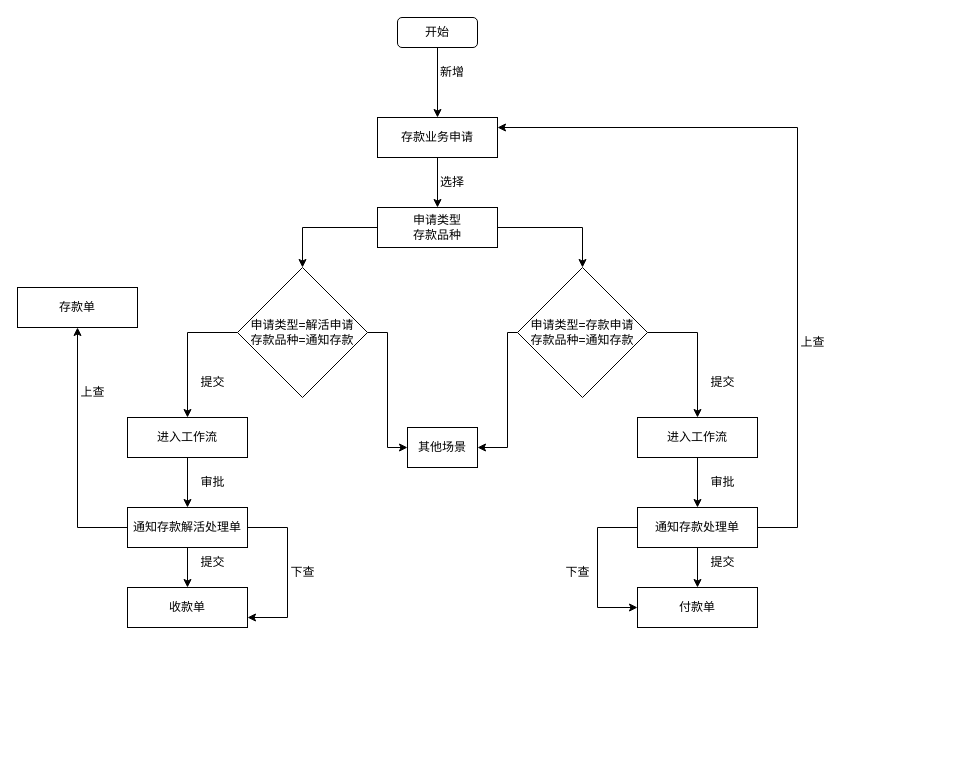
Alphathur/diagram keeps this draw.io diagram as ckjh.drawio. Above is the earlier version. Source tidied: cells renumbered, new cells numbered last; positions are measured from the earlier drawing's top-left corner, leaving out a move shared by most shapes. Both pictures are drawn from the tidied source at 100%, with x=0, y=0 at pixel (17, 17).
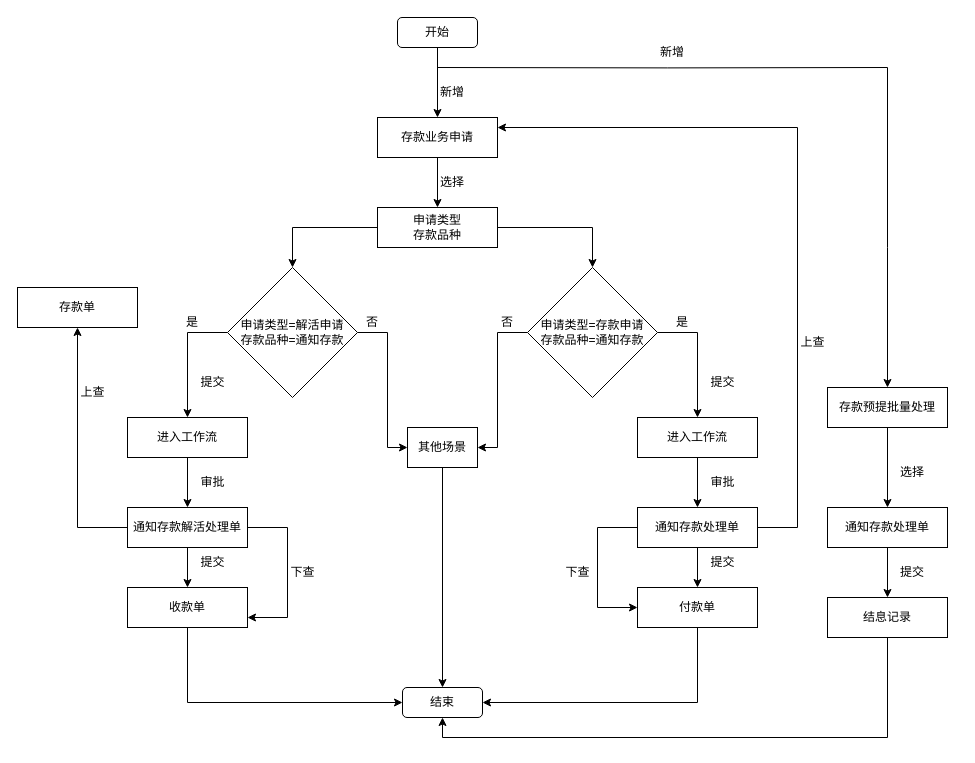
The same diagram, later.

The change refers to these unchanged cells:
```xml
<mxCell id="33" value="收款单" style="rounded=0;whiteSpace=wrap;html=1;" parent="1" vertex="1">
  <mxGeometry x="110" y="570" width="120" height="40" as="geometry" />
</mxCell>
<mxCell id="35" value="付款单" style="rounded=0;whiteSpace=wrap;html=1;" parent="1" vertex="1">
  <mxGeometry x="620" y="570" width="120" height="40" as="geometry" />
</mxCell>
<mxCell id="37" value="其他场景" style="rounded=0;whiteSpace=wrap;html=1;" parent="1" vertex="1">
  <mxGeometry x="390" y="410" width="70" height="40" as="geometry" />
</mxCell>
```

Diff of the diagram source:
```diff
@@
     <mxCell id="6" value="新增" style="text;html=1;strokeColor=none;fillColor=none;align=center;verticalAlign=middle;whiteSpace=wrap;rounded=0;" parent="1" vertex="1">
-      <mxGeometry x="390" y="40" width="90" height="30" as="geometry" />
+      <mxGeometry x="390" y="60" width="90" height="30" as="geometry" />
     </mxCell>
@@
     <mxCell id="12" value="申请类型=解活申请&lt;br&gt;存款品种=通知存款" style="rhombus;whiteSpace=wrap;html=1;" parent="1" vertex="1">
-      <mxGeometry x="220" y="250" width="130" height="130" as="geometry" />
+      <mxGeometry x="210" y="250" width="130" height="130" as="geometry" />
     </mxCell>
@@
     <mxCell id="15" style="edgeStyle=orthogonalEdgeStyle;rounded=0;jettySize=auto;html=1;" parent="1" edge="1" source="16" target="37">
       <mxGeometry relative="1" as="geometry">
         <Array as="points">
-          <mxPoint x="490" y="315" />
-          <mxPoint x="490" y="430" />
+          <mxPoint x="480" y="315" />
+          <mxPoint x="480" y="430" />
         </Array>
       </mxGeometry>
     </mxCell>
     <mxCell id="16" value="申请类型=存款申请&lt;br&gt;存款品种=通知存款" style="rhombus;whiteSpace=wrap;html=1;" parent="1" vertex="1">
-      <mxGeometry x="500" y="250" width="130" height="130" as="geometry" />
+      <mxGeometry x="510" y="250" width="130" height="130" as="geometry" />
     </mxCell>
@@
+    <mxCell id="43" style="edgeStyle=orthogonalEdgeStyle;rounded=0;jettySize=auto;html=1;entryX=0;entryY=0.5;entryDx=0;entryDy=0;" parent="1" edge="1" source="33" target="46">
+      <mxGeometry relative="1" as="geometry">
+        <Array as="points">
+          <mxPoint x="170" y="685" />
+        </Array>
+      </mxGeometry>
+    </mxCell>
@@
+    <mxCell id="44" style="edgeStyle=orthogonalEdgeStyle;rounded=0;jettySize=auto;html=1;entryX=1;entryY=0.5;entryDx=0;entryDy=0;" parent="1" edge="1" source="35" target="46">
+      <mxGeometry relative="1" as="geometry">
+        <Array as="points">
+          <mxPoint x="680" y="685" />
+        </Array>
+      </mxGeometry>
+    </mxCell>
@@
+    <mxCell id="45" style="edgeStyle=orthogonalEdgeStyle;rounded=0;jettySize=auto;html=1;" parent="1" edge="1" source="37" target="46">
+      <mxGeometry relative="1" as="geometry" />
+    </mxCell>
@@
+    <mxCell id="46" value="结束" style="rounded=1;whiteSpace=wrap;html=1;" parent="1" vertex="1">
+      <mxGeometry x="385" y="670" width="80" height="30" as="geometry" />
+    </mxCell>
+    <mxCell id="47" style="edgeStyle=orthogonalEdgeStyle;rounded=0;orthogonalLoop=1;jettySize=auto;html=1;exitX=0.5;exitY=1;exitDx=0;exitDy=0;" parent="1" edge="1" source="46" target="46">
+      <mxGeometry relative="1" as="geometry" />
+    </mxCell>
+    <mxCell id="48" style="edgeStyle=orthogonalEdgeStyle;rounded=0;jettySize=auto;html=1;" parent="1" edge="1" source="49" target="51">
+      <mxGeometry relative="1" as="geometry" />
+    </mxCell>
+    <mxCell id="49" value="存款预提批量处理" style="rounded=0;whiteSpace=wrap;html=1;" parent="1" vertex="1">
+      <mxGeometry x="810" y="370" width="120" height="40" as="geometry" />
+    </mxCell>
+    <mxCell id="50" style="edgeStyle=orthogonalEdgeStyle;rounded=0;jettySize=auto;html=1;" parent="1" edge="1" source="51" target="57">
+      <mxGeometry relative="1" as="geometry" />
+    </mxCell>
+    <mxCell id="51" value="&lt;span style=&quot;text-align: left;&quot;&gt;通知存款处理单&lt;/span&gt;" style="rounded=0;whiteSpace=wrap;html=1;" parent="1" vertex="1">
+      <mxGeometry x="810" y="490" width="120" height="40" as="geometry" />
+    </mxCell>
+    <mxCell id="52" style="endArrow=none;html=1;rounded=0;" parent="1" edge="1">
+      <mxGeometry relative="1" as="geometry">
+        <mxPoint x="420" y="50" as="sourcePoint" />
+        <mxPoint x="870" y="50" as="targetPoint" />
+        <Array as="points">
+          <mxPoint x="650" y="50.4" />
+        </Array>
+      </mxGeometry>
+    </mxCell>
+    <mxCell id="53" style="endArrow=classic;html=1;rounded=0;" parent="1" edge="1" target="49">
+      <mxGeometry relative="1" as="geometry">
+        <mxPoint x="870" y="50" as="sourcePoint" />
+        <Array as="points">
+          <mxPoint x="870" y="230" />
+        </Array>
+      </mxGeometry>
+    </mxCell>
+    <mxCell id="54" value="新增" style="text;html=1;strokeColor=none;fillColor=none;align=center;verticalAlign=middle;whiteSpace=wrap;rounded=0;" parent="1" vertex="1">
+      <mxGeometry x="610" y="20" width="90" height="30" as="geometry" />
+    </mxCell>
+    <mxCell id="55" value="选择" style="text;html=1;strokeColor=none;fillColor=none;align=center;verticalAlign=middle;whiteSpace=wrap;rounded=0;" parent="1" vertex="1">
+      <mxGeometry x="850" y="440" width="90" height="30" as="geometry" />
+    </mxCell>
+    <mxCell id="56" style="edgeStyle=orthogonalEdgeStyle;rounded=0;jettySize=auto;html=1;entryX=0.5;entryY=1;entryDx=0;entryDy=0;" parent="1" edge="1" source="57" target="46">
+      <mxGeometry relative="1" as="geometry">
+        <Array as="points">
+          <mxPoint x="870" y="720" />
+          <mxPoint x="425" y="720" />
+        </Array>
+      </mxGeometry>
+    </mxCell>
+    <mxCell id="57" value="&lt;div style=&quot;text-align: left;&quot;&gt;&lt;span style=&quot;background-color: initial;&quot;&gt;结息记录&lt;/span&gt;&lt;/div&gt;" style="rounded=0;whiteSpace=wrap;html=1;" parent="1" vertex="1">
+      <mxGeometry x="810" y="580" width="120" height="40" as="geometry" />
+    </mxCell>
+    <mxCell id="58" value="提交" style="text;html=1;strokeColor=none;fillColor=none;align=center;verticalAlign=middle;whiteSpace=wrap;rounded=0;" parent="1" vertex="1">
+      <mxGeometry x="850" y="540" width="90" height="30" as="geometry" />
+    </mxCell>
+    <mxCell id="59" value="是" style="text;html=1;strokeColor=none;fillColor=none;align=center;verticalAlign=middle;whiteSpace=wrap;rounded=0;" parent="1" vertex="1">
+      <mxGeometry x="130" y="290" width="90" height="30" as="geometry" />
+    </mxCell>
+    <mxCell id="60" value="是" style="text;html=1;strokeColor=none;fillColor=none;align=center;verticalAlign=middle;whiteSpace=wrap;rounded=0;" parent="1" vertex="1">
+      <mxGeometry x="620" y="290" width="90" height="30" as="geometry" />
+    </mxCell>
+    <mxCell id="61" value="否" style="text;html=1;strokeColor=none;fillColor=none;align=center;verticalAlign=middle;whiteSpace=wrap;rounded=0;" parent="1" vertex="1">
+      <mxGeometry x="310" y="290" width="90" height="30" as="geometry" />
+    </mxCell>
+    <mxCell id="62" value="否" style="text;html=1;strokeColor=none;fillColor=none;align=center;verticalAlign=middle;whiteSpace=wrap;rounded=0;" parent="1" vertex="1">
+      <mxGeometry x="445" y="290" width="90" height="30" as="geometry" />
+    </mxCell>
```
